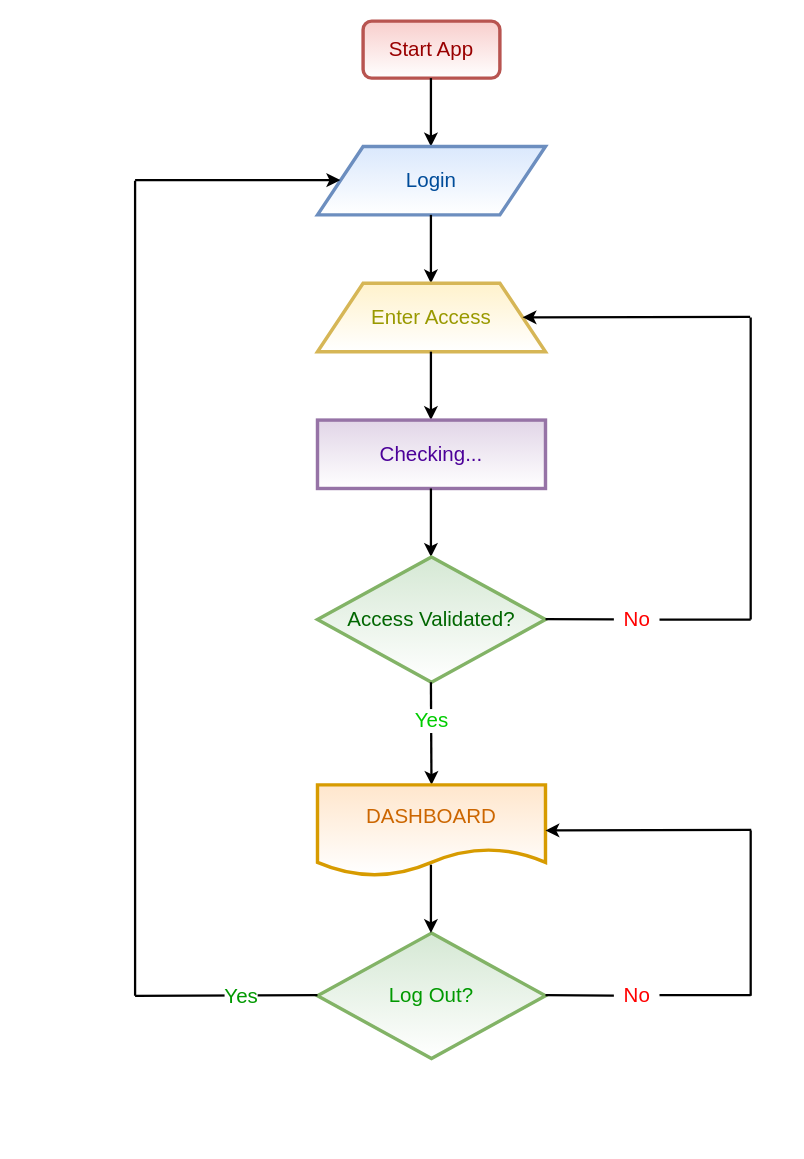
Above: grafcetconnexion.drawio in PapyrusMory/drawio (draw.io), before the change. Source tidied: cells renumbered, new cells numbered last; positions are measured from the earlier drawing's top-left corner, leaving out a move shared by most shapes. Both pictures are drawn from the tidied source at 114%, with x=0, y=0 at pixel (135, 21).
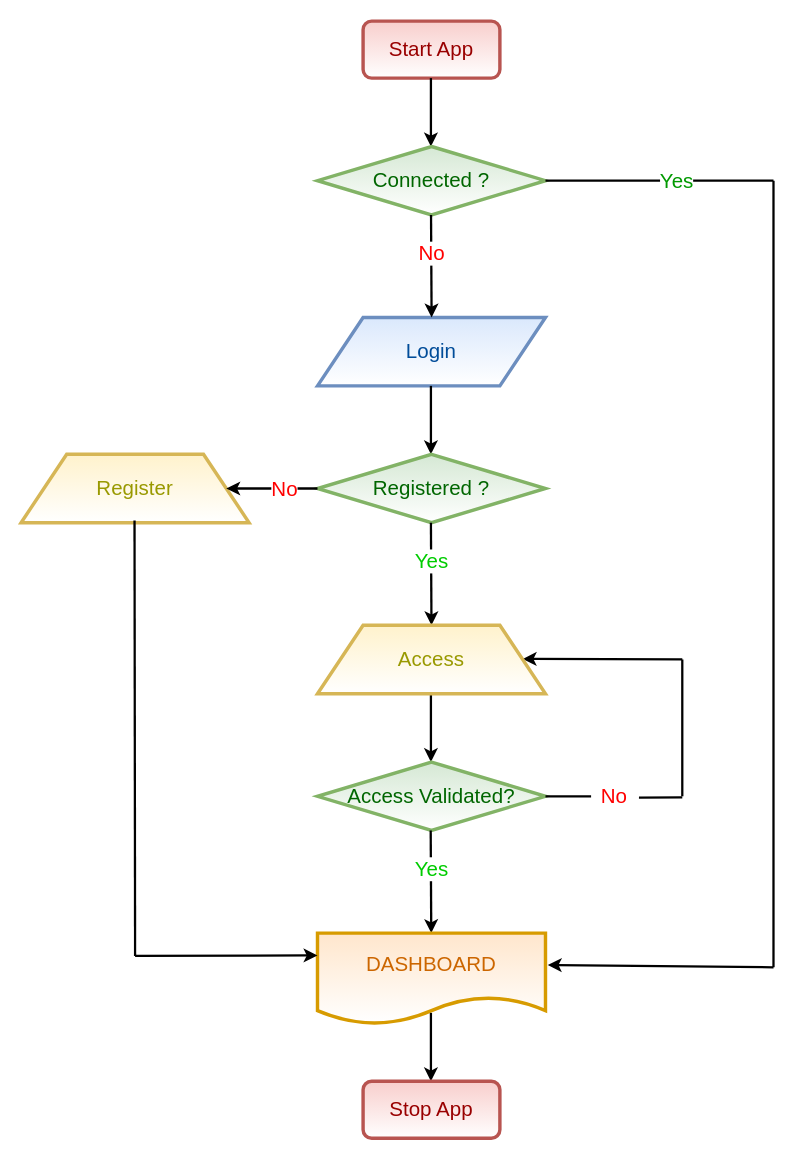
The same diagram, later.

The edit, as a diff of the source:
```diff
@@
     <mxCell id="4" value="&lt;font style=&quot;font-size: 18px&quot; color=&quot;#004c99&quot;&gt;Login&lt;/font&gt;" style="shape=parallelogram;perimeter=parallelogramPerimeter;whiteSpace=wrap;html=1;strokeWidth=3;fillColor=#dae8fc;strokeColor=#6c8ebf;gradientColor=#ffffff;" parent="1" vertex="1">
-      <mxGeometry x="160" y="110" width="200" height="60" as="geometry" />
+      <mxGeometry x="160" y="260" width="200" height="60" as="geometry" />
     </mxCell>
     <mxCell id="5" style="endArrow=classic;html=1;strokeWidth=2;" parent="1" edge="1">
       <mxGeometry relative="1" as="geometry">
-        <mxPoint x="259.5" y="170" as="sourcePoint" />
-        <mxPoint x="259.5" y="230" as="targetPoint" />
+        <mxPoint x="259.5" y="320" as="sourcePoint" />
+        <mxPoint x="259.5" y="380" as="targetPoint" />
       </mxGeometry>
     </mxCell>
-    <mxCell id="6" value="&lt;font style=&quot;font-size: 18px&quot; color=&quot;#999900&quot;&gt;Enter Access&lt;/font&gt;" style="shape=trapezoid;perimeter=trapezoidPerimeter;whiteSpace=wrap;html=1;strokeWidth=3;fillColor=#fff2cc;strokeColor=#d6b656;gradientColor=#ffffff;" parent="1" vertex="1">
-      <mxGeometry x="160" y="230" width="200" height="60" as="geometry" />
+    <mxCell id="6" value="&lt;font style=&quot;font-size: 18px&quot; color=&quot;#999900&quot;&gt;Register&lt;/font&gt;" style="shape=trapezoid;perimeter=trapezoidPerimeter;whiteSpace=wrap;html=1;strokeWidth=3;fillColor=#fff2cc;strokeColor=#d6b656;gradientColor=#ffffff;" parent="1" vertex="1">
+      <mxGeometry x="-100" y="380" width="200" height="60" as="geometry" />
     </mxCell>
     <mxCell id="7" style="endArrow=classic;html=1;strokeWidth=2;" parent="1" edge="1">
       <mxGeometry relative="1" as="geometry">
-        <mxPoint x="259.5" y="290" as="sourcePoint" />
-        <mxPoint x="259.5" y="350" as="targetPoint" />
+        <mxPoint x="259.5" y="590" as="sourcePoint" />
+        <mxPoint x="259.5" y="650" as="targetPoint" />
       </mxGeometry>
     </mxCell>
-    <mxCell id="8" value="&lt;font style=&quot;font-size: 18px&quot; color=&quot;#4c0099&quot;&gt;Checking...&lt;/font&gt;" style="rounded=0;whiteSpace=wrap;html=1;strokeWidth=3;fillColor=#e1d5e7;strokeColor=#9673a6;gradientColor=#ffffff;" parent="1" vertex="1">
-      <mxGeometry x="160" y="350" width="200" height="60" as="geometry" />
-    </mxCell>
-    <mxCell id="9" style="endArrow=classic;html=1;strokeWidth=2;" parent="1" edge="1">
+    <mxCell id="9" style="endArrow=classic;html=1;strokeWidth=2;entryX=1.01;entryY=0.35;entryDx=0;entryDy=0;entryPerimeter=0;" parent="1" edge="1" target="18">
       <mxGeometry relative="1" as="geometry">
-        <mxPoint x="259.5" y="410" as="sourcePoint" />
-        <mxPoint x="259.5" y="470" as="targetPoint" />
+        <mxPoint x="560" y="830" as="sourcePoint" />
       </mxGeometry>
     </mxCell>
-    <mxCell id="10" style="endArrow=classic;html=1;strokeWidth=2;" parent="1" edge="1" target="6">
+    <mxCell id="10" style="endArrow=classic;html=1;strokeWidth=2;" parent="1" edge="1">
       <mxGeometry relative="1" as="geometry">
-        <mxPoint x="539.5" y="259.5" as="sourcePoint" />
+        <mxPoint x="480" y="559.9" as="sourcePoint" />
+        <mxPoint x="340" y="559.5" as="targetPoint" />
       </mxGeometry>
     </mxCell>
     <mxCell id="11" value="&lt;span style=&quot;color: rgb(0 , 102 , 0) ; font-size: 18px ; white-space: normal&quot;&gt;Access Validated?&lt;/span&gt;" style="rhombus;whiteSpace=wrap;html=1;strokeWidth=3;fillColor=#d5e8d4;strokeColor=#82b366;gradientColor=#ffffff;" parent="1" vertex="1">
-      <mxGeometry x="160" y="470" width="200" height="110" as="geometry" />
+      <mxGeometry x="160" y="650" width="200" height="60" as="geometry" />
     </mxCell>
-    <mxCell id="12" style="endArrow=none;html=1;strokeWidth=2;" parent="1" edge="1" source="13">
+    <mxCell id="12" style="endArrow=none;html=1;strokeWidth=2;exitX=1.05;exitY=0.56;exitDx=0;exitDy=0;exitPerimeter=0;" parent="1" edge="1" source="13">
       <mxGeometry relative="1" as="geometry">
-        <mxPoint x="540" y="525" as="targetPoint" />
+        <mxPoint x="480" y="681" as="targetPoint" />
       </mxGeometry>
     </mxCell>
     <mxCell id="13" value="&lt;font style=&quot;font-size: 18px&quot; color=&quot;#ff0000&quot;&gt;No&lt;/font&gt;" style="text;html=1;align=center;verticalAlign=middle;points=[];" parent="1" vertex="1">
-      <mxGeometry x="420" y="515" width="40" height="20" as="geometry" />
+      <mxGeometry x="400" y="670" width="40" height="20" as="geometry" />
     </mxCell>
-    <mxCell id="14" style="endArrow=none;html=1;strokeWidth=2;" parent="1" edge="1" target="13">
+    <mxCell id="14" style="endArrow=none;html=1;strokeWidth=2;exitX=1;exitY=0.5;exitDx=0;exitDy=0;" parent="1" edge="1" source="11">
       <mxGeometry relative="1" as="geometry">
-        <mxPoint x="360" y="524.5" as="sourcePoint" />
+        <mxPoint x="400" y="680" as="targetPoint" />
       </mxGeometry>
     </mxCell>
     <mxCell id="15" style="endArrow=none;html=1;strokeWidth=2;" parent="1" edge="1">
       <mxGeometry relative="1" as="geometry">
-        <mxPoint x="540" y="260" as="sourcePoint" />
-        <mxPoint x="540" y="525" as="targetPoint" />
+        <mxPoint x="480" y="560" as="sourcePoint" />
+        <mxPoint x="480" y="680" as="targetPoint" />
       </mxGeometry>
     </mxCell>
     <mxCell id="16" style="endArrow=classic;html=1;strokeWidth=2;" parent="1" edge="1">
       <mxGeometry relative="1" as="geometry">
-        <mxPoint x="259.5" y="580" as="sourcePoint" />
-        <mxPoint x="260" y="670" as="targetPoint" />
+        <mxPoint x="259.3" y="710" as="sourcePoint" />
+        <mxPoint x="259.8" y="800" as="targetPoint" />
       </mxGeometry>
     </mxCell>
@@
     <mxCell id="18" value="&lt;font style=&quot;font-size: 18px&quot; color=&quot;#cc6600&quot;&gt;DASHBOARD&lt;/font&gt;" style="shape=document;whiteSpace=wrap;html=1;boundedLbl=1;strokeWidth=3;fillColor=#ffe6cc;strokeColor=#d79b00;gradientColor=#ffffff;" parent="1" vertex="1">
-      <mxGeometry x="160" y="670" width="200" height="80" as="geometry" />
+      <mxGeometry x="160" y="800" width="200" height="80" as="geometry" />
     </mxCell>
-    <mxCell id="19" value="&lt;font style=&quot;font-size: 18px&quot; color=&quot;#009900&quot;&gt;Log Out?&lt;/font&gt;" style="rhombus;whiteSpace=wrap;html=1;strokeWidth=3;fillColor=#d5e8d4;strokeColor=#82b366;gradientColor=#ffffff;" parent="1" vertex="1">
-      <mxGeometry x="160" y="800" width="200" height="110" as="geometry" />
-    </mxCell>
     <mxCell id="20" style="endArrow=classic;html=1;strokeWidth=2;" parent="1" edge="1">
       <mxGeometry relative="1" as="geometry">
-        <mxPoint x="259.5" y="740" as="sourcePoint" />
-        <mxPoint x="259.5" y="800" as="targetPoint" />
+        <mxPoint x="259.5" y="870" as="sourcePoint" />
+        <mxPoint x="259.5" y="930" as="targetPoint" />
       </mxGeometry>
     </mxCell>
-    <mxCell id="21" style="endArrow=none;html=1;strokeWidth=2;" parent="1" edge="1">
-      <mxGeometry relative="1" as="geometry">
-        <mxPoint y="855" as="sourcePoint" />
-        <mxPoint x="160" y="854.5" as="targetPoint" />
-      </mxGeometry>
-    </mxCell>
-    <mxCell id="22" value="&lt;font style=&quot;font-size: 18px&quot; color=&quot;#009900&quot;&gt;Yes&lt;/font&gt;" style="text;html=1;align=center;verticalAlign=middle;labelBackgroundColor=#ffffff;" parent="21" vertex="1">
-      <mxGeometry x="0.15" y="-1" relative="1" as="geometry" />
-    </mxCell>
     <mxCell id="23" style="endArrow=none;html=1;strokeWidth=2;" parent="1" edge="1">
       <mxGeometry relative="1" as="geometry">
-        <mxPoint y="140" as="sourcePoint" />
-        <mxPoint y="855" as="targetPoint" />
+        <mxPoint x="-0.5" y="438" as="sourcePoint" />
+        <mxPoint y="820" as="targetPoint" />
       </mxGeometry>
     </mxCell>
     <mxCell id="24" style="endArrow=classic;html=1;strokeWidth=2;" parent="1" edge="1">
       <mxGeometry relative="1" as="geometry">
-        <mxPoint y="139.6" as="sourcePoint" />
-        <mxPoint x="180" y="139.5" as="targetPoint" />
+        <mxPoint y="820" as="sourcePoint" />
+        <mxPoint x="160" y="819.6" as="targetPoint" />
       </mxGeometry>
     </mxCell>
-    <mxCell id="25" style="endArrow=none;html=1;strokeWidth=2;" parent="1" edge="1">
-      <mxGeometry relative="1" as="geometry">
-        <mxPoint x="360" y="854.5" as="sourcePoint" />
-        <mxPoint x="420" y="854.9" as="targetPoint" />
-      </mxGeometry>
-    </mxCell>
-    <mxCell id="26" value="&lt;font style=&quot;font-size: 18px&quot; color=&quot;#ff0000&quot;&gt;No&lt;/font&gt;" style="text;html=1;align=center;verticalAlign=middle;" parent="1" vertex="1">
-      <mxGeometry x="420" y="845" width="40" height="20" as="geometry" />
-    </mxCell>
-    <mxCell id="27" style="endArrow=none;html=1;strokeWidth=2;" parent="1" edge="1">
-      <mxGeometry relative="1" as="geometry">
-        <mxPoint x="460" y="854.5" as="sourcePoint" />
-        <mxPoint x="540" y="854.5" as="targetPoint" />
-      </mxGeometry>
-    </mxCell>
-    <mxCell id="28" style="endArrow=none;html=1;strokeWidth=2;" parent="1" edge="1">
-      <mxGeometry relative="1" as="geometry">
-        <mxPoint x="540" y="710" as="sourcePoint" />
-        <mxPoint x="540" y="855" as="targetPoint" />
-      </mxGeometry>
-    </mxCell>
-    <mxCell id="29" style="endArrow=classic;html=1;strokeWidth=2;entryX=1;entryY=0.5;entryDx=0;entryDy=0;" parent="1" edge="1" target="18">
-      <mxGeometry relative="1" as="geometry">
-        <mxPoint x="540.5" y="709.5" as="sourcePoint" />
-      </mxGeometry>
-    </mxCell>
+    <mxCell id="30" value="&lt;span style=&quot;color: rgb(0 , 102 , 0) ; font-size: 18px ; white-space: normal&quot;&gt;Connected ?&lt;/span&gt;" style="rhombus;whiteSpace=wrap;html=1;strokeWidth=3;fillColor=#d5e8d4;strokeColor=#82b366;gradientColor=#ffffff;" parent="1" vertex="1">
+      <mxGeometry x="160" y="110" width="200" height="60" as="geometry" />
+    </mxCell>
+    <mxCell id="31" style="endArrow=classic;html=1;strokeWidth=2;" parent="1" edge="1">
+      <mxGeometry relative="1" as="geometry">
+        <mxPoint x="259.6" y="170" as="sourcePoint" />
+        <mxPoint x="260.1" y="260" as="targetPoint" />
+      </mxGeometry>
+    </mxCell>
+    <mxCell id="32" value="&lt;span style=&quot;font-size: 18px&quot;&gt;&lt;font color=&quot;#ff0000&quot;&gt;No&lt;/font&gt;&lt;/span&gt;" style="text;html=1;align=center;verticalAlign=middle;labelBackgroundColor=#ffffff;" parent="31" vertex="1">
+      <mxGeometry x="-0.24" relative="1" as="geometry" />
+    </mxCell>
+    <mxCell id="33" style="endArrow=none;html=1;strokeWidth=2;" parent="1" edge="1">
+      <mxGeometry relative="1" as="geometry">
+        <mxPoint x="360" y="139.9" as="sourcePoint" />
+        <mxPoint x="560" y="140" as="targetPoint" />
+      </mxGeometry>
+    </mxCell>
+    <mxCell id="22" value="&lt;font style=&quot;font-size: 18px&quot; color=&quot;#009900&quot;&gt;Yes&lt;/font&gt;" style="text;html=1;align=center;verticalAlign=middle;labelBackgroundColor=#ffffff;" parent="33" vertex="1">
+      <mxGeometry x="0.15" y="-1" relative="1" as="geometry" />
+    </mxCell>
+    <mxCell id="34" value="&lt;font style=&quot;font-size: 18px&quot; color=&quot;#990000&quot;&gt;Stop App&lt;/font&gt;" style="rounded=1;whiteSpace=wrap;html=1;fillColor=#f8cecc;strokeColor=#b85450;strokeWidth=3;gradientColor=#ffffff;" parent="1" vertex="1">
+      <mxGeometry x="200" y="930" width="120" height="50" as="geometry" />
+    </mxCell>
+    <mxCell id="35" value="&lt;span style=&quot;color: rgb(0 , 102 , 0) ; font-size: 18px ; white-space: normal&quot;&gt;Registered ?&lt;/span&gt;" style="rhombus;whiteSpace=wrap;html=1;strokeWidth=3;fillColor=#d5e8d4;strokeColor=#82b366;gradientColor=#ffffff;" parent="1" vertex="1">
+      <mxGeometry x="160" y="380" width="200" height="60" as="geometry" />
+    </mxCell>
+    <mxCell id="36" style="endArrow=classic;html=1;strokeWidth=2;" parent="1" edge="1">
+      <mxGeometry relative="1" as="geometry">
+        <mxPoint x="259.5" y="440" as="sourcePoint" />
+        <mxPoint x="260" y="530" as="targetPoint" />
+      </mxGeometry>
+    </mxCell>
+    <mxCell id="37" value="&lt;font style=&quot;font-size: 18px&quot; color=&quot;#00cc00&quot;&gt;Yes&lt;/font&gt;" style="text;html=1;align=center;verticalAlign=middle;labelBackgroundColor=#ffffff;" parent="36" vertex="1">
+      <mxGeometry x="-0.24" relative="1" as="geometry" />
+    </mxCell>
+    <mxCell id="38" style="endArrow=classic;html=1;strokeWidth=2;exitX=0;exitY=0.5;exitDx=0;exitDy=0;" parent="1" edge="1" source="35" target="6">
+      <mxGeometry relative="1" as="geometry" />
+    </mxCell>
+    <mxCell id="39" value="&lt;span style=&quot;font-size: 18px&quot;&gt;&lt;font color=&quot;#ff0000&quot;&gt;No&lt;/font&gt;&lt;/span&gt;" style="text;html=1;align=center;verticalAlign=middle;labelBackgroundColor=#ffffff;" parent="38" vertex="1">
+      <mxGeometry x="-0.24" relative="1" as="geometry" />
+    </mxCell>
+    <mxCell id="40" value="&lt;font style=&quot;font-size: 18px&quot; color=&quot;#999900&quot;&gt;Access&lt;/font&gt;" style="shape=trapezoid;perimeter=trapezoidPerimeter;whiteSpace=wrap;html=1;strokeWidth=3;fillColor=#fff2cc;strokeColor=#d6b656;gradientColor=#ffffff;" parent="1" vertex="1">
+      <mxGeometry x="160" y="530" width="200" height="60" as="geometry" />
+    </mxCell>
+    <mxCell id="41" style="endArrow=none;html=1;strokeWidth=2;" parent="1" edge="1">
+      <mxGeometry relative="1" as="geometry">
+        <mxPoint x="560" y="140" as="sourcePoint" />
+        <mxPoint x="560" y="830" as="targetPoint" />
+      </mxGeometry>
+    </mxCell>
```
